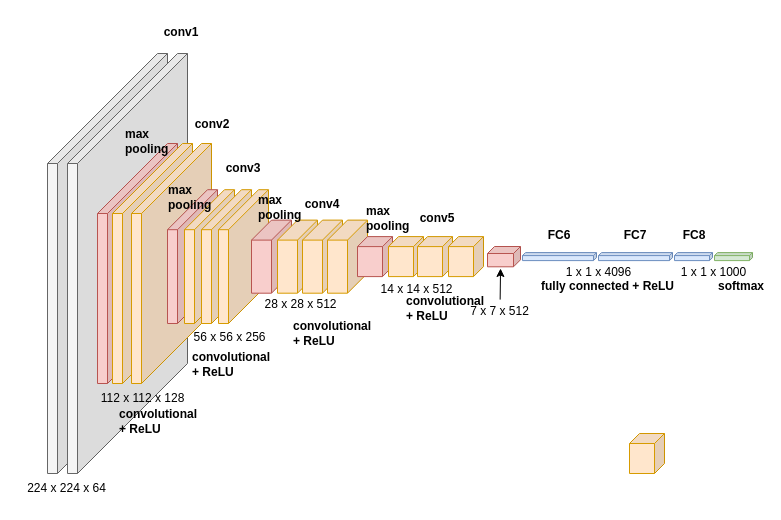
The draw.io diagram vgg16_xml.drawio in litty2011/Neural-Network-Architecture-Diagrams, before the edit. Source tidied: cells renumbered, new cells numbered last; positions are measured from the earlier drawing's top-left corner, leaving out a move shared by most shapes. Both pictures are drawn from the tidied source at 100%, with x=0, y=0 at pixel (17, 17).
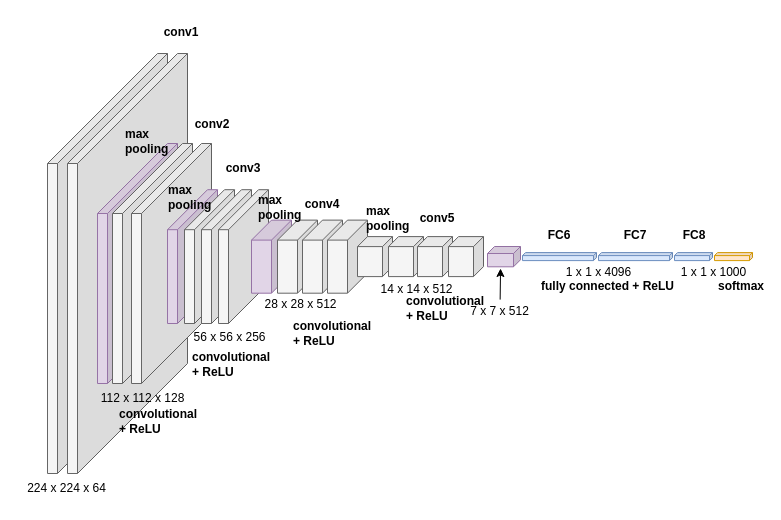
The same page after the edit.

The edit, as a diff of the source:
```diff
@@
-    <mxCell id="4" style="shape=cube;whiteSpace=wrap;html=1;boundedLbl=1;backgroundOutline=1;darkOpacity=0.05;darkOpacity2=0.1;size=70;direction=east;flipH=1;fillColor=#f8cecc;strokeColor=#b85450;" parent="1" vertex="1">
+    <mxCell id="4" style="shape=cube;whiteSpace=wrap;html=1;boundedLbl=1;backgroundOutline=1;darkOpacity=0.05;darkOpacity2=0.1;size=70;direction=east;flipH=1;fillColor=#e1d5e7;strokeColor=#9673a6;" parent="1" vertex="1">
       <mxGeometry x="80" y="126" width="80" height="240" as="geometry" />
     </mxCell>
-    <mxCell id="5" style="shape=cube;whiteSpace=wrap;html=1;boundedLbl=1;backgroundOutline=1;darkOpacity=0.05;darkOpacity2=0.1;size=70;direction=east;flipH=1;fillColor=#ffe6cc;strokeColor=#d79b00;" parent="1" vertex="1">
+    <mxCell id="5" style="shape=cube;whiteSpace=wrap;html=1;boundedLbl=1;backgroundOutline=1;darkOpacity=0.05;darkOpacity2=0.1;size=70;direction=east;flipH=1;fillColor=#f5f5f5;strokeColor=#666666;fontColor=#333333;" parent="1" vertex="1">
       <mxGeometry x="95" y="126" width="80" height="240" as="geometry" />
     </mxCell>
-    <mxCell id="6" style="shape=cube;whiteSpace=wrap;html=1;boundedLbl=1;backgroundOutline=1;darkOpacity=0.05;darkOpacity2=0.1;size=70;direction=east;flipH=1;fillColor=#ffe6cc;strokeColor=#d79b00;" parent="1" vertex="1">
+    <mxCell id="6" style="shape=cube;whiteSpace=wrap;html=1;boundedLbl=1;backgroundOutline=1;darkOpacity=0.05;darkOpacity2=0.1;size=70;direction=east;flipH=1;fillColor=#f5f5f5;strokeColor=#666666;fontColor=#333333;" parent="1" vertex="1">
       <mxGeometry x="114" y="126" width="80" height="240" as="geometry" />
     </mxCell>
-    <mxCell id="7" style="shape=cube;whiteSpace=wrap;html=1;boundedLbl=1;backgroundOutline=1;darkOpacity=0.05;darkOpacity2=0.1;size=40;direction=east;flipH=1;fillColor=#f8cecc;strokeColor=#b85450;" parent="1" vertex="1">
+    <mxCell id="7" style="shape=cube;whiteSpace=wrap;html=1;boundedLbl=1;backgroundOutline=1;darkOpacity=0.05;darkOpacity2=0.1;size=40;direction=east;flipH=1;fillColor=#e1d5e7;strokeColor=#9673a6;" parent="1" vertex="1">
       <mxGeometry x="150" y="172.2" width="50" height="133.8" as="geometry" />
     </mxCell>
-    <mxCell id="8" style="shape=cube;whiteSpace=wrap;html=1;boundedLbl=1;backgroundOutline=1;darkOpacity=0.05;darkOpacity2=0.1;size=40;direction=east;flipH=1;fillColor=#ffe6cc;strokeColor=#d79b00;" parent="1" vertex="1">
+    <mxCell id="8" style="shape=cube;whiteSpace=wrap;html=1;boundedLbl=1;backgroundOutline=1;darkOpacity=0.05;darkOpacity2=0.1;size=40;direction=east;flipH=1;fillColor=#f5f5f5;strokeColor=#666666;fontColor=#333333;" parent="1" vertex="1">
       <mxGeometry x="167" y="172.2" width="50" height="133.8" as="geometry" />
     </mxCell>
-    <mxCell id="9" style="shape=cube;whiteSpace=wrap;html=1;boundedLbl=1;backgroundOutline=1;darkOpacity=0.05;darkOpacity2=0.1;size=40;direction=east;flipH=1;fillColor=#ffe6cc;strokeColor=#d79b00;" parent="1" vertex="1">
+    <mxCell id="9" style="shape=cube;whiteSpace=wrap;html=1;boundedLbl=1;backgroundOutline=1;darkOpacity=0.05;darkOpacity2=0.1;size=40;direction=east;flipH=1;fillColor=#f5f5f5;strokeColor=#666666;fontColor=#333333;" parent="1" vertex="1">
       <mxGeometry x="184" y="172.2" width="50" height="133.8" as="geometry" />
     </mxCell>
-    <mxCell id="10" style="shape=cube;whiteSpace=wrap;html=1;boundedLbl=1;backgroundOutline=1;darkOpacity=0.05;darkOpacity2=0.1;size=40;direction=east;flipH=1;fillColor=#ffe6cc;strokeColor=#d79b00;" parent="1" vertex="1">
+    <mxCell id="10" style="shape=cube;whiteSpace=wrap;html=1;boundedLbl=1;backgroundOutline=1;darkOpacity=0.05;darkOpacity2=0.1;size=40;direction=east;flipH=1;fillColor=#f5f5f5;strokeColor=#666666;fontColor=#333333;" parent="1" vertex="1">
       <mxGeometry x="201" y="172.2" width="50" height="133.8" as="geometry" />
     </mxCell>
-    <mxCell id="11" style="shape=cube;whiteSpace=wrap;html=1;boundedLbl=1;backgroundOutline=1;darkOpacity=0.05;darkOpacity2=0.1;size=20;direction=east;flipH=1;fillColor=#f8cecc;strokeColor=#b85450;" parent="1" vertex="1">
+    <mxCell id="11" style="shape=cube;whiteSpace=wrap;html=1;boundedLbl=1;backgroundOutline=1;darkOpacity=0.05;darkOpacity2=0.1;size=20;direction=east;flipH=1;fillColor=#e1d5e7;strokeColor=#9673a6;" parent="1" vertex="1">
       <mxGeometry x="234" y="202.6" width="40" height="73.1" as="geometry" />
     </mxCell>
-    <mxCell id="12" style="shape=cube;whiteSpace=wrap;html=1;boundedLbl=1;backgroundOutline=1;darkOpacity=0.05;darkOpacity2=0.1;size=20;direction=east;flipH=1;fillColor=#ffe6cc;strokeColor=#d79b00;" parent="1" vertex="1">
+    <mxCell id="12" style="shape=cube;whiteSpace=wrap;html=1;boundedLbl=1;backgroundOutline=1;darkOpacity=0.05;darkOpacity2=0.1;size=20;direction=east;flipH=1;fillColor=#f5f5f5;strokeColor=#666666;fontColor=#333333;" parent="1" vertex="1">
       <mxGeometry x="260" y="202.6" width="40" height="73.1" as="geometry" />
     </mxCell>
-    <mxCell id="13" style="shape=cube;whiteSpace=wrap;html=1;boundedLbl=1;backgroundOutline=1;darkOpacity=0.05;darkOpacity2=0.1;size=20;direction=east;flipH=1;fillColor=#ffe6cc;strokeColor=#d79b00;" parent="1" vertex="1">
+    <mxCell id="13" style="shape=cube;whiteSpace=wrap;html=1;boundedLbl=1;backgroundOutline=1;darkOpacity=0.05;darkOpacity2=0.1;size=20;direction=east;flipH=1;fillColor=#f5f5f5;strokeColor=#666666;fontColor=#333333;" parent="1" vertex="1">
       <mxGeometry x="285" y="202.6" width="40" height="73.1" as="geometry" />
     </mxCell>
-    <mxCell id="14" style="shape=cube;whiteSpace=wrap;html=1;boundedLbl=1;backgroundOutline=1;darkOpacity=0.05;darkOpacity2=0.1;size=20;direction=east;flipH=1;fillColor=#ffe6cc;strokeColor=#d79b00;" parent="1" vertex="1">
+    <mxCell id="14" style="shape=cube;whiteSpace=wrap;html=1;boundedLbl=1;backgroundOutline=1;darkOpacity=0.05;darkOpacity2=0.1;size=20;direction=east;flipH=1;fillColor=#f5f5f5;strokeColor=#666666;fontColor=#333333;" parent="1" vertex="1">
       <mxGeometry x="310" y="202.6" width="40" height="73.1" as="geometry" />
     </mxCell>
-    <mxCell id="15" style="shape=cube;whiteSpace=wrap;html=1;boundedLbl=1;backgroundOutline=1;darkOpacity=0.05;darkOpacity2=0.1;size=10;direction=east;flipH=1;fillColor=#f8cecc;strokeColor=#b85450;" parent="1" vertex="1">
+    <mxCell id="15" style="shape=cube;whiteSpace=wrap;html=1;boundedLbl=1;backgroundOutline=1;darkOpacity=0.05;darkOpacity2=0.1;size=10;direction=east;flipH=1;fillColor=#f5f5f5;strokeColor=#666666;fontColor=#333333;" parent="1" vertex="1">
       <mxGeometry x="340" y="219.1" width="35" height="40" as="geometry" />
     </mxCell>
-    <mxCell id="16" style="shape=cube;whiteSpace=wrap;html=1;boundedLbl=1;backgroundOutline=1;darkOpacity=0.05;darkOpacity2=0.1;size=10;direction=east;flipH=1;fillColor=#ffe6cc;strokeColor=#d79b00;" parent="1" vertex="1">
+    <mxCell id="16" style="shape=cube;whiteSpace=wrap;html=1;boundedLbl=1;backgroundOutline=1;darkOpacity=0.05;darkOpacity2=0.1;size=10;direction=east;flipH=1;fillColor=#f5f5f5;strokeColor=#666666;fontColor=#333333;" parent="1" vertex="1">
       <mxGeometry x="371" y="219.1" width="35" height="40" as="geometry" />
     </mxCell>
-    <mxCell id="17" style="shape=cube;whiteSpace=wrap;html=1;boundedLbl=1;backgroundOutline=1;darkOpacity=0.05;darkOpacity2=0.1;size=7;direction=east;flipH=1;fillColor=#f8cecc;strokeColor=#b85450;" parent="1" vertex="1">
+    <mxCell id="17" style="shape=cube;whiteSpace=wrap;html=1;boundedLbl=1;backgroundOutline=1;darkOpacity=0.05;darkOpacity2=0.1;size=7;direction=east;flipH=1;fillColor=#e1d5e7;strokeColor=#9673a6;" parent="1" vertex="1">
       <mxGeometry x="470" y="229" width="33" height="20.3" as="geometry" />
     </mxCell>
@@
-    <mxCell id="21" style="shape=cube;whiteSpace=wrap;html=1;boundedLbl=1;backgroundOutline=1;darkOpacity=0.05;darkOpacity2=0.1;size=3;direction=east;flipH=1;fillColor=#d5e8d4;strokeColor=#82b366;" parent="1" vertex="1">
+    <mxCell id="21" style="shape=cube;whiteSpace=wrap;html=1;boundedLbl=1;backgroundOutline=1;darkOpacity=0.05;darkOpacity2=0.1;size=3;direction=east;flipH=1;fillColor=#ffe6cc;strokeColor=#d79b00;" parent="1" vertex="1">
       <mxGeometry x="697" y="235.1" width="38" height="8" as="geometry" />
     </mxCell>
@@
-    <mxCell id="35" style="shape=cube;whiteSpace=wrap;html=1;boundedLbl=1;backgroundOutline=1;darkOpacity=0.05;darkOpacity2=0.1;size=10;direction=east;flipH=1;fillColor=#ffe6cc;strokeColor=#d79b00;" parent="1" vertex="1">
+    <mxCell id="35" style="shape=cube;whiteSpace=wrap;html=1;boundedLbl=1;backgroundOutline=1;darkOpacity=0.05;darkOpacity2=0.1;size=10;direction=east;flipH=1;fillColor=#f5f5f5;strokeColor=#666666;fontColor=#333333;" parent="1" vertex="1">
       <mxGeometry x="400" y="219.1" width="35" height="40" as="geometry" />
     </mxCell>
-    <mxCell id="36" style="shape=cube;whiteSpace=wrap;html=1;boundedLbl=1;backgroundOutline=1;darkOpacity=0.05;darkOpacity2=0.1;size=10;direction=east;flipH=1;fillColor=#ffe6cc;strokeColor=#d79b00;" parent="1" vertex="1">
+    <mxCell id="36" style="shape=cube;whiteSpace=wrap;html=1;boundedLbl=1;backgroundOutline=1;darkOpacity=0.05;darkOpacity2=0.1;size=10;direction=east;flipH=1;fillColor=#f5f5f5;strokeColor=#666666;fontColor=#333333;" parent="1" vertex="1">
       <mxGeometry x="431" y="219.1" width="35" height="40" as="geometry" />
     </mxCell>
@@
-    <mxCell id="50" style="shape=cube;whiteSpace=wrap;html=1;boundedLbl=1;backgroundOutline=1;darkOpacity=0.05;darkOpacity2=0.1;size=10;direction=east;flipH=1;fillColor=#ffe6cc;strokeColor=#d79b00;shadow=0;sketch=0;" parent="1" vertex="1">
-      <mxGeometry x="612" y="416" width="35" height="40" as="geometry" />
-    </mxCell>
```
